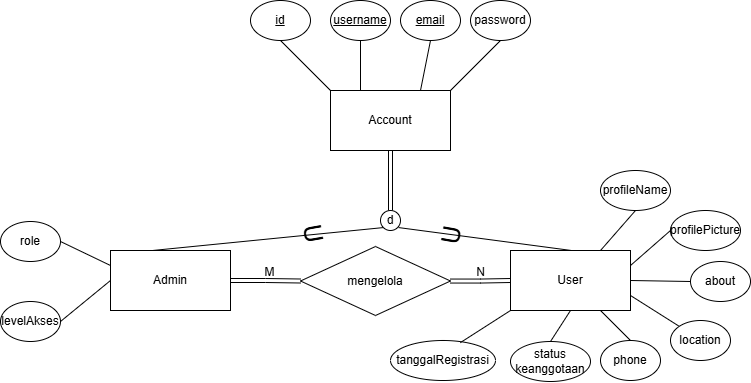
anthef/anthef keeps this draw.io diagram as erd_pkpl.drawio.png. Above is the earlier version. Source tidied: cells renumbered, new cells last; positions are measured from the earlier drawing's top-left corner, leaving out a move shared by most shapes.
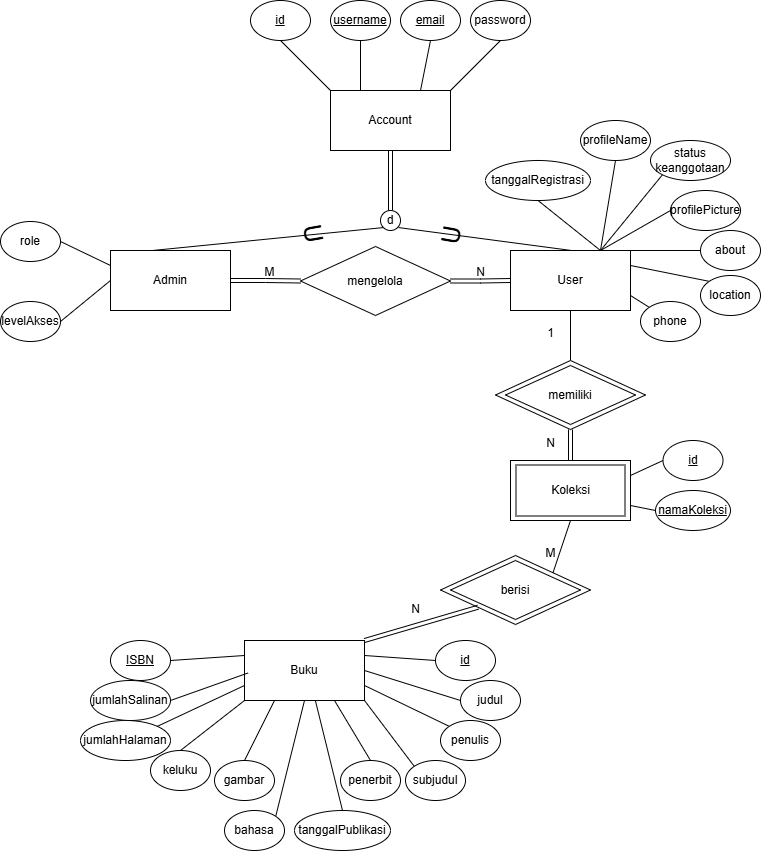
Later version of the same file.

What changed in the source:
```diff
@@ -49,21 +49,24 @@
     <mxCell id="16" style="rounded=0;jettySize=auto;html=1;exitX=0.75;exitY=0;exitDx=0;exitDy=0;entryX=0.5;entryY=1;entryDx=0;entryDy=0;endArrow=none;startFill=0;" parent="1" edge="1" source="22" target="30">
       <mxGeometry relative="1" as="geometry" />
     </mxCell>
-    <mxCell id="17" style="rounded=0;jettySize=auto;html=1;exitX=1;exitY=0.25;exitDx=0;exitDy=0;entryX=0;entryY=0.5;entryDx=0;entryDy=0;endArrow=none;startFill=0;" parent="1" edge="1" source="22" target="31">
+    <mxCell id="17" style="rounded=0;jettySize=auto;html=1;exitX=0.75;exitY=0;exitDx=0;exitDy=0;entryX=0;entryY=0.5;entryDx=0;entryDy=0;endArrow=none;startFill=0;" parent="1" edge="1" source="22" target="31">
       <mxGeometry relative="1" as="geometry" />
     </mxCell>
-    <mxCell id="18" style="rounded=0;jettySize=auto;html=1;exitX=1;exitY=0.5;exitDx=0;exitDy=0;entryX=0;entryY=0.5;entryDx=0;entryDy=0;endArrow=none;startFill=0;" parent="1" edge="1" source="22" target="32">
+    <mxCell id="18" style="rounded=0;jettySize=auto;html=1;exitX=1;exitY=0;exitDx=0;exitDy=0;entryX=0;entryY=0.5;entryDx=0;entryDy=0;endArrow=none;startFill=0;" parent="1" edge="1" source="22" target="32">
       <mxGeometry relative="1" as="geometry" />
     </mxCell>
-    <mxCell id="19" style="rounded=0;jettySize=auto;html=1;exitX=1;exitY=0.75;exitDx=0;exitDy=0;entryX=0;entryY=0;entryDx=0;entryDy=0;endArrow=none;startFill=0;" parent="1" edge="1" source="22" target="33">
+    <mxCell id="19" style="rounded=0;jettySize=auto;html=1;exitX=1;exitY=0.25;exitDx=0;exitDy=0;entryX=0;entryY=0;entryDx=0;entryDy=0;endArrow=none;startFill=0;" parent="1" edge="1" source="22" target="33">
       <mxGeometry relative="1" as="geometry" />
     </mxCell>
-    <mxCell id="20" style="rounded=0;jettySize=auto;html=1;exitX=0.75;exitY=1;exitDx=0;exitDy=0;entryX=0.5;entryY=0;entryDx=0;entryDy=0;endArrow=none;startFill=0;" parent="1" edge="1" source="22" target="34">
+    <mxCell id="20" style="rounded=0;jettySize=auto;html=1;exitX=1;exitY=0.75;exitDx=0;exitDy=0;entryX=0;entryY=0;entryDx=0;entryDy=0;endArrow=none;startFill=0;" parent="1" edge="1" source="22" target="34">
       <mxGeometry relative="1" as="geometry" />
     </mxCell>
-    <mxCell id="21" style="rounded=0;jettySize=auto;html=1;exitX=0.5;exitY=1;exitDx=0;exitDy=0;entryX=0.5;entryY=0;entryDx=0;entryDy=0;endArrow=none;startFill=0;" parent="1" edge="1" source="22" target="35">
+    <mxCell id="21" style="rounded=0;jettySize=auto;html=1;exitX=0.75;exitY=0;exitDx=0;exitDy=0;entryX=0.5;entryY=0;entryDx=0;entryDy=0;endArrow=none;startFill=0;" parent="1" edge="1" source="22" target="35">
       <mxGeometry relative="1" as="geometry" />
     </mxCell>
+    <mxCell id="42" style="edgeStyle=orthogonalEdgeStyle;rounded=0;jettySize=auto;html=1;exitX=0.5;exitY=1;exitDx=0;exitDy=0;entryX=0.5;entryY=0;entryDx=0;entryDy=0;endArrow=none;startFill=0;" parent="1" edge="1" source="22" target="47">
+      <mxGeometry relative="1" as="geometry" />
+    </mxCell>
     <mxCell id="22" value="User" style="rounded=0;whiteSpace=wrap;html=1;" parent="1" vertex="1">
       <mxGeometry x="510" y="250" width="120" height="60" as="geometry" />
     </mxCell>
@@ -92,27 +95,27 @@
       <mxGeometry y="301" width="60" height="40" as="geometry" />
     </mxCell>
     <mxCell id="30" value="profileName" style="ellipse;whiteSpace=wrap;html=1;" parent="1" vertex="1">
-      <mxGeometry x="600" y="170" width="70" height="40" as="geometry" />
+      <mxGeometry x="580" y="120" width="70" height="40" as="geometry" />
     </mxCell>
     <mxCell id="31" value="profilePicture" style="ellipse;whiteSpace=wrap;html=1;" parent="1" vertex="1">
-      <mxGeometry x="670" y="210" width="70" height="40" as="geometry" />
+      <mxGeometry x="670" y="190" width="70" height="40" as="geometry" />
     </mxCell>
     <mxCell id="32" value="about" style="ellipse;whiteSpace=wrap;html=1;" parent="1" vertex="1">
-      <mxGeometry x="690" y="261" width="60" height="40" as="geometry" />
+      <mxGeometry x="700" y="230" width="60" height="40" as="geometry" />
     </mxCell>
     <mxCell id="33" value="location" style="ellipse;whiteSpace=wrap;html=1;" parent="1" vertex="1">
-      <mxGeometry x="670" y="320" width="60" height="40" as="geometry" />
+      <mxGeometry x="700" y="275" width="60" height="40" as="geometry" />
     </mxCell>
     <mxCell id="34" value="phone" style="ellipse;whiteSpace=wrap;html=1;" parent="1" vertex="1">
-      <mxGeometry x="600" y="340" width="60" height="40" as="geometry" />
+      <mxGeometry x="640" y="301" width="60" height="40" as="geometry" />
     </mxCell>
     <mxCell id="35" value="status keanggotaan" style="ellipse;whiteSpace=wrap;html=1;" parent="1" vertex="1">
-      <mxGeometry x="510" y="341" width="80" height="40" as="geometry" />
+      <mxGeometry x="650" y="140" width="80" height="40" as="geometry" />
     </mxCell>
     <mxCell id="36" value="tanggalRegistrasi" style="ellipse;whiteSpace=wrap;html=1;" parent="1" vertex="1">
-      <mxGeometry x="390" y="340" width="105" height="40" as="geometry" />
+      <mxGeometry x="485" y="160" width="105" height="40" as="geometry" />
     </mxCell>
-    <mxCell id="37" style="rounded=0;jettySize=auto;html=1;exitX=0;exitY=1;exitDx=0;exitDy=0;entryX=0.665;entryY=0.054;entryDx=0;entryDy=0;entryPerimeter=0;endArrow=none;startFill=0;" parent="1" edge="1" source="22" target="36">
+    <mxCell id="37" style="rounded=0;jettySize=auto;html=1;exitX=0.75;exitY=0;exitDx=0;exitDy=0;entryX=0.5;entryY=1;entryDx=0;entryDy=0;endArrow=none;startFill=0;" parent="1" edge="1" source="22" target="36">
       <mxGeometry relative="1" as="geometry" />
     </mxCell>
     <mxCell id="38" style="edgeStyle=orthogonalEdgeStyle;rounded=0;jettySize=auto;html=1;shape=link;" parent="1" edge="1" source="39" target="22">
@@ -127,5 +130,140 @@
     <mxCell id="41" value="N" style="text;html=1;align=center;verticalAlign=middle;strokeColor=none;fillColor=none;" parent="1" vertex="1">
       <mxGeometry x="465" y="257" width="30" height="30" as="geometry" />
     </mxCell>
+    <mxCell id="43" style="group;" parent="1" vertex="1">
+      <mxGeometry x="510" y="460" width="120" height="60" as="geometry" />
+    </mxCell>
+    <mxCell id="44" value="Koleksi" style="rounded=0;whiteSpace=wrap;html=1;" parent="43" vertex="1">
+      <mxGeometry width="120" height="60" as="geometry" />
+    </mxCell>
+    <mxCell id="45" value="Koleksi" style="rounded=0;whiteSpace=wrap;html=1;" parent="43" vertex="1">
+      <mxGeometry x="5.5" y="4.5" width="109" height="51" as="geometry" />
+    </mxCell>
+    <mxCell id="46" style="group;" parent="1" vertex="1">
+      <mxGeometry x="495" y="360" width="150" height="69" as="geometry" />
+    </mxCell>
+    <mxCell id="47" value="mengelola" style="rhombus;whiteSpace=wrap;html=1;" parent="46" vertex="1">
+      <mxGeometry width="150" height="69" as="geometry" />
+    </mxCell>
+    <mxCell id="48" value="memiliki" style="rhombus;whiteSpace=wrap;html=1;" parent="46" vertex="1">
+      <mxGeometry x="10" y="5" width="130" height="59" as="geometry" />
+    </mxCell>
+    <mxCell id="49" value="1" style="text;html=1;align=center;verticalAlign=middle;strokeColor=none;fillColor=none;" parent="1" vertex="1">
+      <mxGeometry x="535" y="318" width="30" height="30" as="geometry" />
+    </mxCell>
+    <mxCell id="50" value="N" style="text;html=1;align=center;verticalAlign=middle;strokeColor=none;fillColor=none;" parent="1" vertex="1">
+      <mxGeometry x="535" y="428" width="30" height="30" as="geometry" />
+    </mxCell>
+    <mxCell id="51" style="edgeStyle=orthogonalEdgeStyle;rounded=0;jettySize=auto;html=1;shape=link;exitX=0.5;exitY=1;exitDx=0;exitDy=0;entryX=0.5;entryY=0;entryDx=0;entryDy=0;" parent="1" edge="1" source="47" target="44">
+      <mxGeometry relative="1" as="geometry" />
+    </mxCell>
+    <mxCell id="52" value="&lt;u&gt;namaKoleksi&lt;/u&gt;" style="ellipse;whiteSpace=wrap;html=1;" parent="1" vertex="1">
+      <mxGeometry x="655" y="490" width="75" height="40" as="geometry" />
+    </mxCell>
+    <mxCell id="53" value="&lt;u&gt;id&lt;/u&gt;" style="ellipse;whiteSpace=wrap;html=1;" parent="1" vertex="1">
+      <mxGeometry x="662.5" y="440" width="60" height="40" as="geometry" />
+    </mxCell>
+    <mxCell id="54" style="rounded=0;jettySize=auto;html=1;exitX=1;exitY=0.25;exitDx=0;exitDy=0;entryX=0;entryY=0.5;entryDx=0;entryDy=0;endArrow=none;startFill=0;" parent="1" edge="1" source="44" target="53">
+      <mxGeometry relative="1" as="geometry" />
+    </mxCell>
+    <mxCell id="55" style="rounded=0;jettySize=auto;html=1;exitX=1;exitY=0.75;exitDx=0;exitDy=0;entryX=0;entryY=0.5;entryDx=0;entryDy=0;endArrow=none;startFill=0;" parent="1" edge="1" source="44" target="52">
+      <mxGeometry relative="1" as="geometry" />
+    </mxCell>
+    <mxCell id="56" value="Buku" style="rounded=0;whiteSpace=wrap;html=1;" parent="1" vertex="1">
+      <mxGeometry x="244" y="640" width="120" height="60" as="geometry" />
+    </mxCell>
+    <mxCell id="57" style="group;" parent="1" vertex="1">
+      <mxGeometry x="440" y="555" width="150" height="69" as="geometry" />
+    </mxCell>
+    <mxCell id="58" value="mengelola" style="rhombus;whiteSpace=wrap;html=1;" parent="57" vertex="1">
+      <mxGeometry width="150" height="69" as="geometry" />
+    </mxCell>
+    <mxCell id="59" value="berisi" style="rhombus;whiteSpace=wrap;html=1;" parent="57" vertex="1">
+      <mxGeometry x="10" y="5" width="130" height="59" as="geometry" />
+    </mxCell>
+    <mxCell id="60" style="rounded=0;jettySize=auto;html=1;exitX=0.5;exitY=1;exitDx=0;exitDy=0;entryX=1;entryY=0;entryDx=0;entryDy=0;endArrow=none;startFill=0;" parent="1" edge="1" source="44" target="58">
+      <mxGeometry relative="1" as="geometry" />
+    </mxCell>
+    <mxCell id="61" style="rounded=0;jettySize=auto;html=1;exitX=0;exitY=1;exitDx=0;exitDy=0;entryX=1;entryY=0;entryDx=0;entryDy=0;shape=link;" parent="1" edge="1" source="58" target="56">
+      <mxGeometry relative="1" as="geometry" />
+    </mxCell>
+    <mxCell id="62" value="M" style="text;html=1;align=center;verticalAlign=middle;strokeColor=none;fillColor=none;" parent="1" vertex="1">
+      <mxGeometry x="535" y="538" width="30" height="30" as="geometry" />
+    </mxCell>
+    <mxCell id="63" value="N" style="text;html=1;align=center;verticalAlign=middle;strokeColor=none;fillColor=none;" parent="1" vertex="1">
+      <mxGeometry x="400" y="594" width="30" height="30" as="geometry" />
+    </mxCell>
+    <mxCell id="64" value="&lt;span&gt;tanggalPublikasi&lt;/span&gt;" style="ellipse;whiteSpace=wrap;html=1;fontStyle=0;" parent="1" vertex="1">
+      <mxGeometry x="294" y="810" width="96" height="40" as="geometry" />
+    </mxCell>
+    <mxCell id="65" style="rounded=0;jettySize=auto;html=1;exitX=0.5;exitY=0;exitDx=0;exitDy=0;entryX=0.75;entryY=1;entryDx=0;entryDy=0;endArrow=none;startFill=0;" parent="1" edge="1" source="66" target="56">
+      <mxGeometry relative="1" as="geometry" />
+    </mxCell>
+    <mxCell id="66" value="&lt;span&gt;penerbit&lt;/span&gt;" style="ellipse;whiteSpace=wrap;html=1;fontStyle=0;" parent="1" vertex="1">
+      <mxGeometry x="340" y="760" width="60" height="40" as="geometry" />
+    </mxCell>
+    <mxCell id="67" style="rounded=0;jettySize=auto;html=1;exitX=0;exitY=0;exitDx=0;exitDy=0;entryX=1;entryY=1;entryDx=0;entryDy=0;endArrow=none;startFill=0;" parent="1" edge="1" source="68" target="56">
+      <mxGeometry relative="1" as="geometry" />
+    </mxCell>
+    <mxCell id="68" value="&lt;span&gt;subjudul&lt;/span&gt;" style="ellipse;whiteSpace=wrap;html=1;fontStyle=0;" parent="1" vertex="1">
+      <mxGeometry x="405" y="760" width="60" height="40" as="geometry" />
+    </mxCell>
+    <mxCell id="69" style="rounded=0;jettySize=auto;html=1;exitX=0;exitY=0;exitDx=0;exitDy=0;entryX=1;entryY=0.75;entryDx=0;entryDy=0;endArrow=none;startFill=0;" parent="1" edge="1" source="70" target="56">
+      <mxGeometry relative="1" as="geometry" />
+    </mxCell>
+    <mxCell id="70" value="&lt;span&gt;penulis&lt;/span&gt;" style="ellipse;whiteSpace=wrap;html=1;fontStyle=0;" parent="1" vertex="1">
+      <mxGeometry x="440" y="720" width="60" height="40" as="geometry" />
+    </mxCell>
+    <mxCell id="71" style="rounded=0;jettySize=auto;html=1;exitX=0;exitY=0.5;exitDx=0;exitDy=0;entryX=1;entryY=0.5;entryDx=0;entryDy=0;endArrow=none;startFill=0;" parent="1" edge="1" source="72" target="56">
+      <mxGeometry relative="1" as="geometry" />
+    </mxCell>
+    <mxCell id="72" value="&lt;span&gt;judul&lt;/span&gt;" style="ellipse;whiteSpace=wrap;html=1;fontStyle=0;" parent="1" vertex="1">
+      <mxGeometry x="460" y="680" width="60" height="40" as="geometry" />
+    </mxCell>
+    <mxCell id="73" value="&lt;u&gt;id&lt;/u&gt;" style="ellipse;whiteSpace=wrap;html=1;" parent="1" vertex="1">
+      <mxGeometry x="435" y="640" width="60" height="40" as="geometry" />
+    </mxCell>
+    <mxCell id="74" style="rounded=0;jettySize=auto;html=1;exitX=0.5;exitY=0;exitDx=0;exitDy=0;entryX=0.25;entryY=1;entryDx=0;entryDy=0;endArrow=none;startFill=0;" parent="1" edge="1" source="75" target="56">
+      <mxGeometry relative="1" as="geometry" />
+    </mxCell>
+    <mxCell id="75" value="&lt;span&gt;gambar&lt;/span&gt;" style="ellipse;whiteSpace=wrap;html=1;fontStyle=0;" parent="1" vertex="1">
+      <mxGeometry x="214" y="760" width="60" height="40" as="geometry" />
+    </mxCell>
+    <mxCell id="76" style="rounded=0;jettySize=auto;html=1;exitX=0.5;exitY=0;exitDx=0;exitDy=0;entryX=0;entryY=1;entryDx=0;entryDy=0;endArrow=none;startFill=0;" parent="1" edge="1" source="77" target="56">
+      <mxGeometry relative="1" as="geometry" />
+    </mxCell>
+    <mxCell id="77" value="&lt;span&gt;keluku&lt;/span&gt;" style="ellipse;whiteSpace=wrap;html=1;fontStyle=0;" parent="1" vertex="1">
+      <mxGeometry x="150" y="750" width="60" height="40" as="geometry" />
+    </mxCell>
+    <mxCell id="78" style="rounded=0;jettySize=auto;html=1;exitX=1;exitY=0;exitDx=0;exitDy=0;entryX=0;entryY=0.75;entryDx=0;entryDy=0;endArrow=none;startFill=0;" parent="1" edge="1" source="79" target="56">
+      <mxGeometry relative="1" as="geometry" />
+    </mxCell>
+    <mxCell id="79" value="&lt;span&gt;jumlahHalaman&lt;/span&gt;" style="ellipse;whiteSpace=wrap;html=1;fontStyle=0;" parent="1" vertex="1">
+      <mxGeometry x="80" y="720" width="90" height="40" as="geometry" />
+    </mxCell>
+    <mxCell id="80" value="&lt;span&gt;jumlahSalinan&lt;/span&gt;" style="ellipse;whiteSpace=wrap;html=1;fontStyle=0;" parent="1" vertex="1">
+      <mxGeometry x="90" y="680" width="80" height="40" as="geometry" />
+    </mxCell>
+    <mxCell id="81" style="rounded=0;jettySize=auto;html=1;exitX=1;exitY=0.5;exitDx=0;exitDy=0;entryX=0;entryY=0.25;entryDx=0;entryDy=0;endArrow=none;startFill=0;" parent="1" edge="1" source="82" target="56">
+      <mxGeometry relative="1" as="geometry" />
+    </mxCell>
+    <mxCell id="82" value="&lt;u&gt;ISBN&lt;/u&gt;" style="ellipse;whiteSpace=wrap;html=1;" parent="1" vertex="1">
+      <mxGeometry x="110" y="640" width="60" height="40" as="geometry" />
+    </mxCell>
+    <mxCell id="83" style="rounded=0;jettySize=auto;html=1;exitX=1;exitY=0;exitDx=0;exitDy=0;entryX=0.5;entryY=1;entryDx=0;entryDy=0;endArrow=none;startFill=0;" parent="1" edge="1" source="84" target="56">
+      <mxGeometry relative="1" as="geometry" />
+    </mxCell>
+    <mxCell id="84" value="&lt;span&gt;bahasa&lt;/span&gt;" style="ellipse;whiteSpace=wrap;html=1;fontStyle=0;" parent="1" vertex="1">
+      <mxGeometry x="224" y="810" width="60" height="40" as="geometry" />
+    </mxCell>
+    <mxCell id="85" style="rounded=0;jettySize=auto;html=1;exitX=1;exitY=0.5;exitDx=0;exitDy=0;entryX=0.03;entryY=0.541;entryDx=0;entryDy=0;entryPerimeter=0;endArrow=none;startFill=0;" parent="1" edge="1" source="80" target="56">
+      <mxGeometry relative="1" as="geometry" />
+    </mxCell>
+    <mxCell id="86" style="rounded=0;jettySize=auto;html=1;exitX=0.5;exitY=0;exitDx=0;exitDy=0;entryX=0.591;entryY=1.004;entryDx=0;entryDy=0;entryPerimeter=0;endArrow=none;startFill=0;" parent="1" edge="1" source="64" target="56">
+      <mxGeometry relative="1" as="geometry" />
+    </mxCell>
+    <mxCell id="87" style="rounded=0;jettySize=auto;html=1;exitX=0;exitY=0.5;exitDx=0;exitDy=0;entryX=1;entryY=0.25;entryDx=0;entryDy=0;endArrow=none;startFill=0;" parent="1" edge="1" source="73" target="56">
+      <mxGeometry relative="1" as="geometry" />
+    </mxCell>
   </root>
 </mxGraphModel>
```
